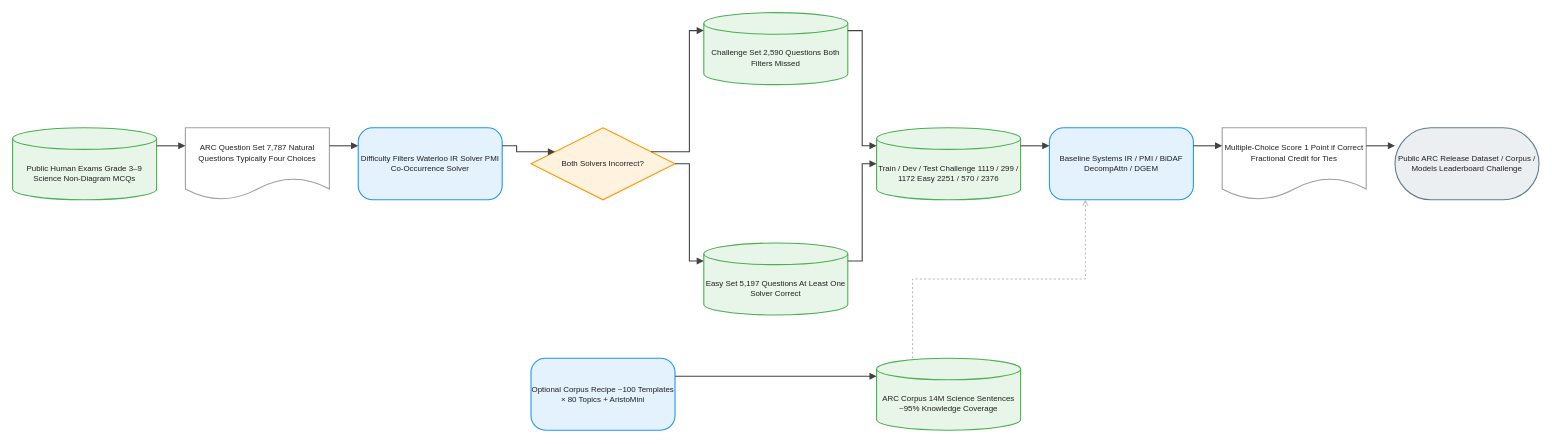
Above: client/public/drawio/ARC_(AI2_Reasoning_Challenge)/ARC_(AI2_Reasoning_Challenge).en.drawio in joe1chief/benchmark-hub (draw.io), before the change. Source tidied: cells renumbered, new cells numbered last; positions are measured from the earlier drawing's top-left corner, leaving out a move shared by most shapes. Both pictures are drawn from the tidied source at 72%, with x=0, y=0 at pixel (12, 12).
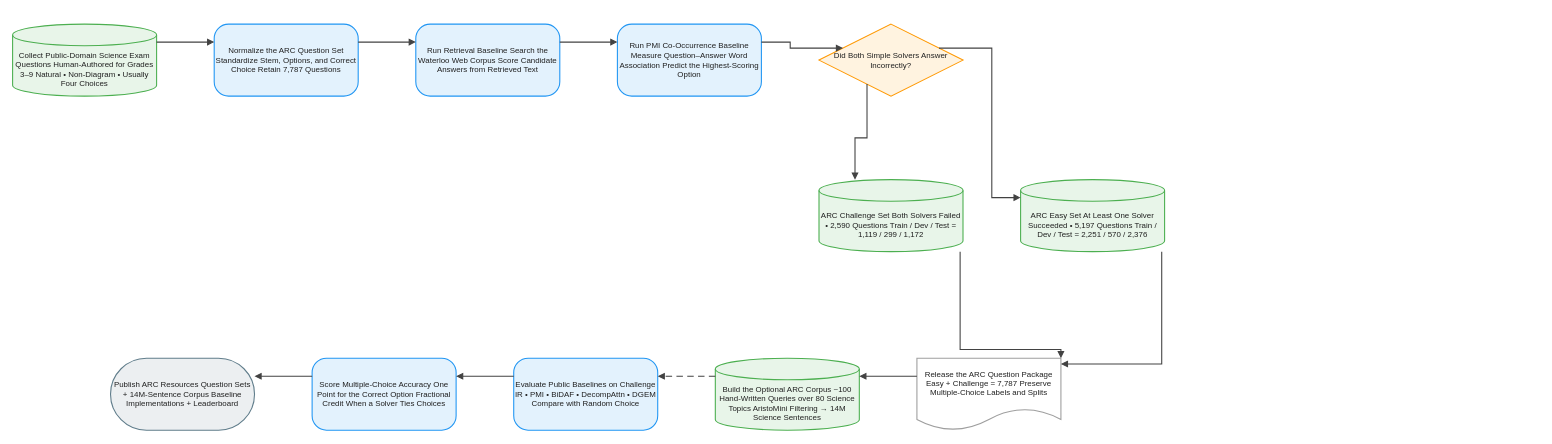
The same page after the edit.

What changed in the source:
```diff
@@
-    <mxCell id="2" value="Public Human Exams Grade 3–9 Science Non-Diagram MCQs" style="shape=cylinder3;boundedLbl=1;backgroundOutline=1;size=15;html=1;whiteSpace=wrap;fillColor=#E8F5E9;strokeColor=#4CAF50;strokeWidth=1.5;fontColor=#212121;fontSize=11;fontFamily=Arial, Helvetica, sans-serif;verticalAlign=middle;align=center;" parent="1" vertex="1">
-      <mxGeometry y="160" width="200" height="100" as="geometry" />
+    <mxCell id="2" value="Collect Public-Domain Science Exam Questions Human-Authored for Grades 3–9 Natural • Non-Diagram • Usually Four Choices" style="shape=cylinder3;boundedLbl=1;backgroundOutline=1;size=15;html=1;whiteSpace=wrap;fillColor=#E8F5E9;strokeColor=#4CAF50;strokeWidth=1.5;fontColor=#212121;fontSize=11;fontFamily=Arial, Helvetica, sans-serif;verticalAlign=middle;align=center;" parent="1" vertex="1">
+      <mxGeometry y="16" width="200" height="100" as="geometry" />
     </mxCell>
-    <mxCell id="3" value="ARC Question Set 7,787 Natural Questions Typically Four Choices" style="shape=document;boundedLbl=1;html=1;whiteSpace=wrap;fillColor=#FFFFFF;strokeColor=#9E9E9E;strokeWidth=1.5;fontColor=#212121;fontSize=11;fontFamily=Arial, Helvetica, sans-serif;verticalAlign=middle;align=center;" parent="1" vertex="1">
-      <mxGeometry x="240" y="160" width="200" height="100" as="geometry" />
+    <mxCell id="3" value="Normalize the ARC Question Set Standardize Stem, Options, and Correct Choice Retain 7,787 Questions" style="rounded=1;arcSize=20;html=1;whiteSpace=wrap;fillColor=#E3F2FD;strokeColor=#2196F3;strokeWidth=1.5;fontColor=#212121;fontSize=11;fontFamily=Arial, Helvetica, sans-serif;verticalAlign=middle;align=center;" parent="1" vertex="1">
+      <mxGeometry x="280" y="16" width="200" height="100" as="geometry" />
     </mxCell>
-    <mxCell id="4" value="Difficulty Filters Waterloo IR Solver PMI Co-Occurrence Solver" style="rounded=1;arcSize=20;html=1;whiteSpace=wrap;fillColor=#E3F2FD;strokeColor=#2196F3;strokeWidth=1.5;fontColor=#212121;fontSize=11;fontFamily=Arial, Helvetica, sans-serif;verticalAlign=middle;align=center;" parent="1" vertex="1">
-      <mxGeometry x="480" y="160" width="200" height="100" as="geometry" />
+    <mxCell id="4" value="Run Retrieval Baseline Search the Waterloo Web Corpus Score Candidate Answers from Retrieved Text" style="rounded=1;arcSize=20;html=1;whiteSpace=wrap;fillColor=#E3F2FD;strokeColor=#2196F3;strokeWidth=1.5;fontColor=#212121;fontSize=11;fontFamily=Arial, Helvetica, sans-serif;verticalAlign=middle;align=center;" parent="1" vertex="1">
+      <mxGeometry x="560" y="16" width="200" height="100" as="geometry" />
     </mxCell>
-    <mxCell id="5" value="Both Solvers Incorrect?" style="rhombus;html=1;whiteSpace=wrap;fillColor=#FFF3E0;strokeColor=#FF9800;strokeWidth=1.5;fontColor=#212121;fontSize=11;fontFamily=Arial, Helvetica, sans-serif;verticalAlign=middle;align=center;" parent="1" vertex="1">
-      <mxGeometry x="720" y="160" width="200" height="100" as="geometry" />
+    <mxCell id="5" value="Run PMI Co-Occurrence Baseline Measure Question–Answer Word Association Predict the Highest-Scoring Option" style="rounded=1;arcSize=20;html=1;whiteSpace=wrap;fillColor=#E3F2FD;strokeColor=#2196F3;strokeWidth=1.5;fontColor=#212121;fontSize=11;fontFamily=Arial, Helvetica, sans-serif;verticalAlign=middle;align=center;" parent="1" vertex="1">
+      <mxGeometry x="840" y="16" width="200" height="100" as="geometry" />
     </mxCell>
-    <mxCell id="6" value="Challenge Set 2,590 Questions Both Filters Missed" style="shape=cylinder3;boundedLbl=1;backgroundOutline=1;size=15;html=1;whiteSpace=wrap;fillColor=#E8F5E9;strokeColor=#4CAF50;strokeWidth=1.5;fontColor=#212121;fontSize=11;fontFamily=Arial, Helvetica, sans-serif;verticalAlign=middle;align=center;" parent="1" vertex="1">
-      <mxGeometry x="960" width="200" height="100" as="geometry" />
+    <mxCell id="6" value="Did Both Simple Solvers Answer Incorrectly?" style="rhombus;html=1;whiteSpace=wrap;fillColor=#FFF3E0;strokeColor=#FF9800;strokeWidth=1.5;fontColor=#212121;fontSize=11;fontFamily=Arial, Helvetica, sans-serif;verticalAlign=middle;align=center;" parent="1" vertex="1">
+      <mxGeometry x="1120" y="16" width="200" height="100" as="geometry" />
     </mxCell>
-    <mxCell id="7" value="Easy Set 5,197 Questions At Least One Solver Correct" style="shape=cylinder3;boundedLbl=1;backgroundOutline=1;size=15;html=1;whiteSpace=wrap;fillColor=#E8F5E9;strokeColor=#4CAF50;strokeWidth=1.5;fontColor=#212121;fontSize=11;fontFamily=Arial, Helvetica, sans-serif;verticalAlign=middle;align=center;" parent="1" vertex="1">
-      <mxGeometry x="960" y="320" width="200" height="100" as="geometry" />
+    <mxCell id="7" value="ARC Challenge Set Both Solvers Failed • 2,590 Questions Train / Dev / Test = 1,119 / 299 / 1,172" style="shape=cylinder3;boundedLbl=1;backgroundOutline=1;size=15;html=1;whiteSpace=wrap;fillColor=#E8F5E9;strokeColor=#4CAF50;strokeWidth=1.5;fontColor=#212121;fontSize=11;fontFamily=Arial, Helvetica, sans-serif;verticalAlign=middle;align=center;" parent="1" vertex="1">
+      <mxGeometry x="1120" y="232" width="200" height="100" as="geometry" />
     </mxCell>
-    <mxCell id="8" value="Train / Dev / Test Challenge 1119 / 299 / 1172 Easy 2251 / 570 / 2376" style="shape=cylinder3;boundedLbl=1;backgroundOutline=1;size=15;html=1;whiteSpace=wrap;fillColor=#E8F5E9;strokeColor=#4CAF50;strokeWidth=1.5;fontColor=#212121;fontSize=11;fontFamily=Arial, Helvetica, sans-serif;verticalAlign=middle;align=center;" parent="1" vertex="1">
-      <mxGeometry x="1200" y="160" width="200" height="100" as="geometry" />
+    <mxCell id="8" value="ARC Easy Set At Least One Solver Succeeded • 5,197 Questions Train / Dev / Test = 2,251 / 570 / 2,376" style="shape=cylinder3;boundedLbl=1;backgroundOutline=1;size=15;html=1;whiteSpace=wrap;fillColor=#E8F5E9;strokeColor=#4CAF50;strokeWidth=1.5;fontColor=#212121;fontSize=11;fontFamily=Arial, Helvetica, sans-serif;verticalAlign=middle;align=center;" parent="1" vertex="1">
+      <mxGeometry x="1400" y="232" width="200" height="100" as="geometry" />
     </mxCell>
-    <mxCell id="9" value="Optional Corpus Recipe ~100 Templates × 80 Topics + AristoMini" style="rounded=1;arcSize=20;html=1;whiteSpace=wrap;fillColor=#E3F2FD;strokeColor=#2196F3;strokeWidth=1.5;fontColor=#212121;fontSize=11;fontFamily=Arial, Helvetica, sans-serif;verticalAlign=middle;align=center;" parent="1" vertex="1">
-      <mxGeometry x="720" y="480" width="200" height="100" as="geometry" />
+    <mxCell id="9" value="Release the ARC Question Package Easy + Challenge = 7,787 Preserve Multiple-Choice Labels and Splits" style="shape=document;boundedLbl=1;html=1;whiteSpace=wrap;fillColor=#FFFFFF;strokeColor=#9E9E9E;strokeWidth=1.5;fontColor=#212121;fontSize=11;fontFamily=Arial, Helvetica, sans-serif;verticalAlign=middle;align=center;" parent="1" vertex="1">
+      <mxGeometry x="1256" y="480" width="200" height="100" as="geometry" />
     </mxCell>
-    <mxCell id="10" value="ARC Corpus 14M Science Sentences ~95% Knowledge Coverage" style="shape=cylinder3;boundedLbl=1;backgroundOutline=1;size=15;html=1;whiteSpace=wrap;fillColor=#E8F5E9;strokeColor=#4CAF50;strokeWidth=1.5;fontColor=#212121;fontSize=11;fontFamily=Arial, Helvetica, sans-serif;verticalAlign=middle;align=center;" parent="1" vertex="1">
-      <mxGeometry x="1200" y="480" width="200" height="100" as="geometry" />
+    <mxCell id="10" value="Build the Optional ARC Corpus ~100 Hand-Written Queries over 80 Science Topics AristoMini Filtering → 14M Science Sentences" style="shape=cylinder3;boundedLbl=1;backgroundOutline=1;size=15;html=1;whiteSpace=wrap;fillColor=#E8F5E9;strokeColor=#4CAF50;strokeWidth=1.5;fontColor=#212121;fontSize=11;fontFamily=Arial, Helvetica, sans-serif;verticalAlign=middle;align=center;" parent="1" vertex="1">
+      <mxGeometry x="976" y="480" width="200" height="100" as="geometry" />
     </mxCell>
-    <mxCell id="11" value="Baseline Systems IR / PMI / BiDAF DecompAttn / DGEM" style="rounded=1;arcSize=20;html=1;whiteSpace=wrap;fillColor=#E3F2FD;strokeColor=#2196F3;strokeWidth=1.5;fontColor=#212121;fontSize=11;fontFamily=Arial, Helvetica, sans-serif;verticalAlign=middle;align=center;" parent="1" vertex="1">
-      <mxGeometry x="1440" y="160" width="200" height="100" as="geometry" />
+    <mxCell id="11" value="Evaluate Public Baselines on Challenge IR • PMI • BiDAF • DecompAttn • DGEM Compare with Random Choice" style="rounded=1;arcSize=20;html=1;whiteSpace=wrap;fillColor=#E3F2FD;strokeColor=#2196F3;strokeWidth=1.5;fontColor=#212121;fontSize=11;fontFamily=Arial, Helvetica, sans-serif;verticalAlign=middle;align=center;" parent="1" vertex="1">
+      <mxGeometry x="696" y="480" width="200" height="100" as="geometry" />
     </mxCell>
-    <mxCell id="12" value="Multiple-Choice Score 1 Point if Correct Fractional Credit for Ties" style="shape=document;boundedLbl=1;html=1;whiteSpace=wrap;fillColor=#FFFFFF;strokeColor=#9E9E9E;strokeWidth=1.5;fontColor=#212121;fontSize=11;fontFamily=Arial, Helvetica, sans-serif;verticalAlign=middle;align=center;" parent="1" vertex="1">
-      <mxGeometry x="1680" y="160" width="200" height="100" as="geometry" />
+    <mxCell id="12" value="Score Multiple-Choice Accuracy One Point for the Correct Option Fractional Credit When a Solver Ties Choices" style="rounded=1;arcSize=20;html=1;whiteSpace=wrap;fillColor=#E3F2FD;strokeColor=#2196F3;strokeWidth=1.5;fontColor=#212121;fontSize=11;fontFamily=Arial, Helvetica, sans-serif;verticalAlign=middle;align=center;" parent="1" vertex="1">
+      <mxGeometry x="416" y="480" width="200" height="100" as="geometry" />
     </mxCell>
-    <mxCell id="13" value="Public ARC Release Dataset / Corpus / Models Leaderboard Challenge" style="rounded=1;arcSize=50;html=1;whiteSpace=wrap;fillColor=#ECEFF1;strokeColor=#607D8B;strokeWidth=1.5;fontColor=#212121;fontSize=11;fontFamily=Arial, Helvetica, sans-serif;verticalAlign=middle;align=center;" parent="1" vertex="1">
-      <mxGeometry x="1920" y="160" width="200" height="100" as="geometry" />
+    <mxCell id="13" value="Publish ARC Resources Question Sets + 14M-Sentence Corpus Baseline Implementations + Leaderboard" style="rounded=1;arcSize=50;html=1;whiteSpace=wrap;fillColor=#ECEFF1;strokeColor=#607D8B;strokeWidth=1.5;fontColor=#212121;fontSize=11;fontFamily=Arial, Helvetica, sans-serif;verticalAlign=middle;align=center;" parent="1" vertex="1">
+      <mxGeometry x="136" y="480" width="200" height="100" as="geometry" />
     </mxCell>
@@
-    <mxCell id="18" style="edgeStyle=orthogonalEdgeStyle;rounded=0;jettySize=auto;html=1;strokeColor=#424242;strokeWidth=1.5;endArrow=block;endFill=1;exitX=1;exitY=0.5;exitDx=0;exitDy=0;entryX=0;entryY=0.25;entryDx=0;entryDy=0;jumpStyle=arc;jumpSize=8;" parent="1" edge="1" source="5" target="7">
+    <mxCell id="18" style="edgeStyle=orthogonalEdgeStyle;rounded=0;jettySize=auto;html=1;strokeColor=#424242;strokeWidth=1.5;endArrow=block;endFill=1;exitX=0.25;exitY=1;exitDx=0;exitDy=0;entryX=0.25;entryY=0;entryDx=0;entryDy=0;jumpStyle=arc;jumpSize=8;" parent="1" edge="1" source="6" target="7">
       <mxGeometry relative="1" as="geometry" />
     </mxCell>
@@
-    <mxCell id="20" style="edgeStyle=orthogonalEdgeStyle;rounded=0;jettySize=auto;html=1;strokeColor=#424242;strokeWidth=1.5;endArrow=block;endFill=1;exitX=1;exitY=0.25;exitDx=0;exitDy=0;entryX=0;entryY=0.5;entryDx=0;entryDy=0;jumpStyle=arc;jumpSize=8;" parent="1" edge="1" source="7" target="8">
-      <mxGeometry relative="1" as="geometry" />
+    <mxCell id="20" style="edgeStyle=orthogonalEdgeStyle;rounded=0;jettySize=auto;html=1;strokeColor=#424242;strokeWidth=1.5;endArrow=block;endFill=1;jumpStyle=arc;jumpSize=8;" parent="1" edge="1" source="7" target="9">
+      <mxGeometry relative="1" as="geometry">
+        <Array as="points">
+          <mxPoint x="1316" y="468" />
+          <mxPoint x="1456" y="468" />
+        </Array>
+      </mxGeometry>
     </mxCell>
-    <mxCell id="21" style="edgeStyle=orthogonalEdgeStyle;rounded=0;jettySize=auto;html=1;strokeColor=#424242;strokeWidth=1.5;endArrow=block;endFill=1;exitX=1;exitY=0.25;exitDx=0;exitDy=0;entryX=0;entryY=0.25;entryDx=0;entryDy=0;jumpStyle=arc;jumpSize=8;" parent="1" edge="1" source="9" target="10">
-      <mxGeometry relative="1" as="geometry" />
+    <mxCell id="21" style="edgeStyle=orthogonalEdgeStyle;rounded=0;jettySize=auto;html=1;strokeColor=#424242;strokeWidth=1.5;endArrow=block;endFill=1;jumpStyle=arc;jumpSize=8;" parent="1" edge="1" source="8" target="9">
+      <mxGeometry relative="1" as="geometry">
+        <Array as="points">
+          <mxPoint x="1596" y="488" />
+          <mxPoint x="1456" y="488" />
+        </Array>
+      </mxGeometry>
     </mxCell>
-    <mxCell id="22" style="edgeStyle=orthogonalEdgeStyle;rounded=0;jettySize=auto;html=1;strokeColor=#424242;strokeWidth=1.5;endArrow=block;endFill=1;exitX=1;exitY=0.25;exitDx=0;exitDy=0;entryX=0;entryY=0.25;entryDx=0;entryDy=0;jumpStyle=arc;jumpSize=8;" parent="1" edge="1" source="8" target="11">
+    <mxCell id="22" style="edgeStyle=orthogonalEdgeStyle;rounded=0;jettySize=auto;html=1;strokeColor=#424242;strokeWidth=1.5;endArrow=block;endFill=1;exitX=0;exitY=0.25;exitDx=0;exitDy=0;entryX=1;entryY=0.25;entryDx=0;entryDy=0;jumpStyle=arc;jumpSize=8;" parent="1" edge="1" source="9" target="10">
       <mxGeometry relative="1" as="geometry" />
     </mxCell>
-    <mxCell id="23" style="edgeStyle=orthogonalEdgeStyle;rounded=0;jettySize=auto;html=1;strokeColor=#9E9E9E;strokeWidth=1;endArrow=open;endFill=0;exitX=0.25;exitY=0;exitDx=0;exitDy=0;entryX=0.25;entryY=1;entryDx=0;entryDy=0;dashed=1;dashPattern=3 3;jumpStyle=arc;jumpSize=8;" parent="1" edge="1" source="10" target="11">
+    <mxCell id="23" style="edgeStyle=orthogonalEdgeStyle;rounded=0;jettySize=auto;html=1;strokeColor=#424242;strokeWidth=1.5;endArrow=block;endFill=1;exitX=0;exitY=0.25;exitDx=0;exitDy=0;entryX=1;entryY=0.25;entryDx=0;entryDy=0;dashed=1;dashPattern=6 4;jumpStyle=arc;jumpSize=8;" parent="1" edge="1" source="10" target="11">
       <mxGeometry relative="1" as="geometry" />
     </mxCell>
-    <mxCell id="24" style="edgeStyle=orthogonalEdgeStyle;rounded=0;jettySize=auto;html=1;strokeColor=#424242;strokeWidth=1.5;endArrow=block;endFill=1;exitX=1;exitY=0.25;exitDx=0;exitDy=0;entryX=0;entryY=0.25;entryDx=0;entryDy=0;jumpStyle=arc;jumpSize=8;" parent="1" edge="1" source="11" target="12">
+    <mxCell id="24" style="edgeStyle=orthogonalEdgeStyle;rounded=0;jettySize=auto;html=1;strokeColor=#424242;strokeWidth=1.5;endArrow=block;endFill=1;exitX=0;exitY=0.25;exitDx=0;exitDy=0;entryX=1;entryY=0.25;entryDx=0;entryDy=0;jumpStyle=arc;jumpSize=8;" parent="1" edge="1" source="11" target="12">
       <mxGeometry relative="1" as="geometry" />
     </mxCell>
-    <mxCell id="25" style="edgeStyle=orthogonalEdgeStyle;rounded=0;jettySize=auto;html=1;strokeColor=#424242;strokeWidth=1.5;endArrow=block;endFill=1;exitX=1;exitY=0.25;exitDx=0;exitDy=0;entryX=0;entryY=0.25;entryDx=0;entryDy=0;jumpStyle=arc;jumpSize=8;" parent="1" edge="1" source="12" target="13">
+    <mxCell id="25" style="edgeStyle=orthogonalEdgeStyle;rounded=0;jettySize=auto;html=1;strokeColor=#424242;strokeWidth=1.5;endArrow=block;endFill=1;exitX=0;exitY=0.25;exitDx=0;exitDy=0;entryX=1;entryY=0.25;entryDx=0;entryDy=0;jumpStyle=arc;jumpSize=8;" parent="1" edge="1" source="12" target="13">
       <mxGeometry relative="1" as="geometry" />
     </mxCell>
```
